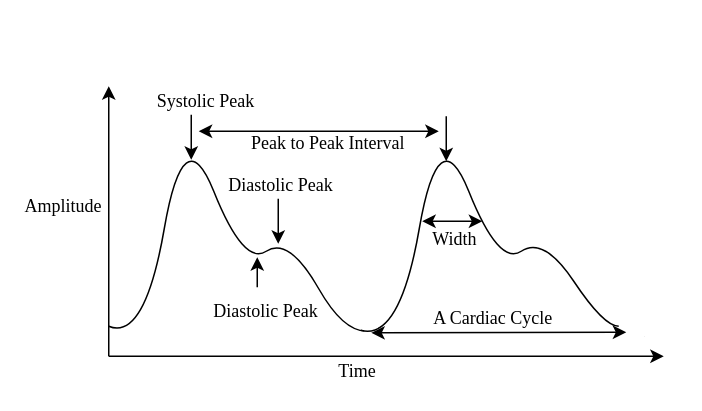
The draw.io diagram my.drawio in NasTul/Diagrams, before the edit. Source tidied: cells renumbered, new cells numbered last; positions are measured from the earlier drawing's top-left corner, leaving out a move shared by most shapes. Both pictures are drawn from the tidied source at 150%, with x=0, y=0 at pixel (33, 26).
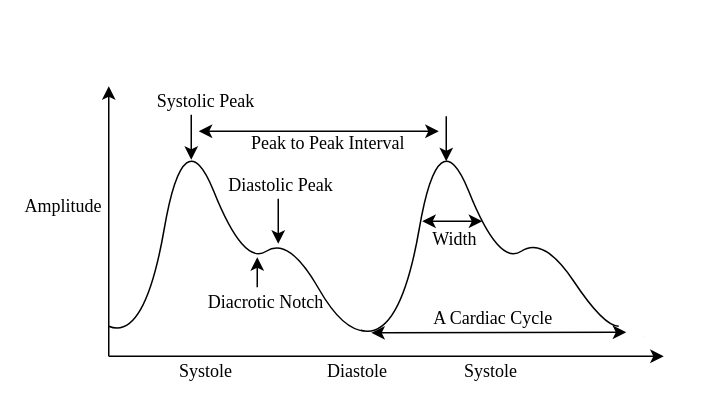
After the change.

Change to the diagram source:
```diff
@@
-    <mxCell id="13" value="&lt;div&gt;&lt;font face=&quot;Times New Roman&quot;&gt;Diastolic Peak&lt;/font&gt;&lt;/div&gt;" style="text;html=1;strokeColor=none;fillColor=none;align=center;verticalAlign=middle;whiteSpace=wrap;rounded=0;" parent="1" vertex="1">
-      <mxGeometry x="110" y="180" width="90" height="20" as="geometry" />
+    <mxCell id="13" value="&lt;div&gt;&lt;font face=&quot;Times New Roman&quot;&gt;Diacrotic Notch&lt;/font&gt;&lt;/div&gt;" style="text;html=1;strokeColor=none;fillColor=none;align=center;verticalAlign=middle;whiteSpace=wrap;rounded=0;" parent="1" vertex="1">
+      <mxGeometry x="110" y="174" width="90" height="20" as="geometry" />
     </mxCell>
@@
-    <mxCell id="17" value="&lt;font face=&quot;Times New Roman&quot;&gt;Time&lt;/font&gt;" style="text;html=1;strokeColor=none;fillColor=none;align=center;verticalAlign=middle;whiteSpace=wrap;rounded=0;" parent="1" vertex="1">
+    <mxCell id="17" value="&lt;span style=&quot;font-family: &amp;#34;times new roman&amp;#34;&quot;&gt;Diastole&lt;/span&gt;" style="text;html=1;strokeColor=none;fillColor=none;align=center;verticalAlign=middle;whiteSpace=wrap;rounded=0;" parent="1" vertex="1">
       <mxGeometry x="196" y="220" width="40" height="20" as="geometry" />
     </mxCell>
@@
+    <mxCell id="24" value="&lt;div&gt;&lt;font face=&quot;Times New Roman&quot;&gt;Systole&lt;/font&gt;&lt;/div&gt;" style="text;html=1;strokeColor=none;fillColor=none;align=center;verticalAlign=middle;whiteSpace=wrap;rounded=0;" parent="1" vertex="1">
+      <mxGeometry x="70" y="220" width="90" height="20" as="geometry" />
+    </mxCell>
+    <mxCell id="25" value="&lt;div&gt;&lt;font face=&quot;Times New Roman&quot;&gt;Systole&lt;/font&gt;&lt;/div&gt;" style="text;html=1;strokeColor=none;fillColor=none;align=center;verticalAlign=middle;whiteSpace=wrap;rounded=0;" parent="1" vertex="1">
+      <mxGeometry x="260" y="220" width="90" height="20" as="geometry" />
+    </mxCell>
```
